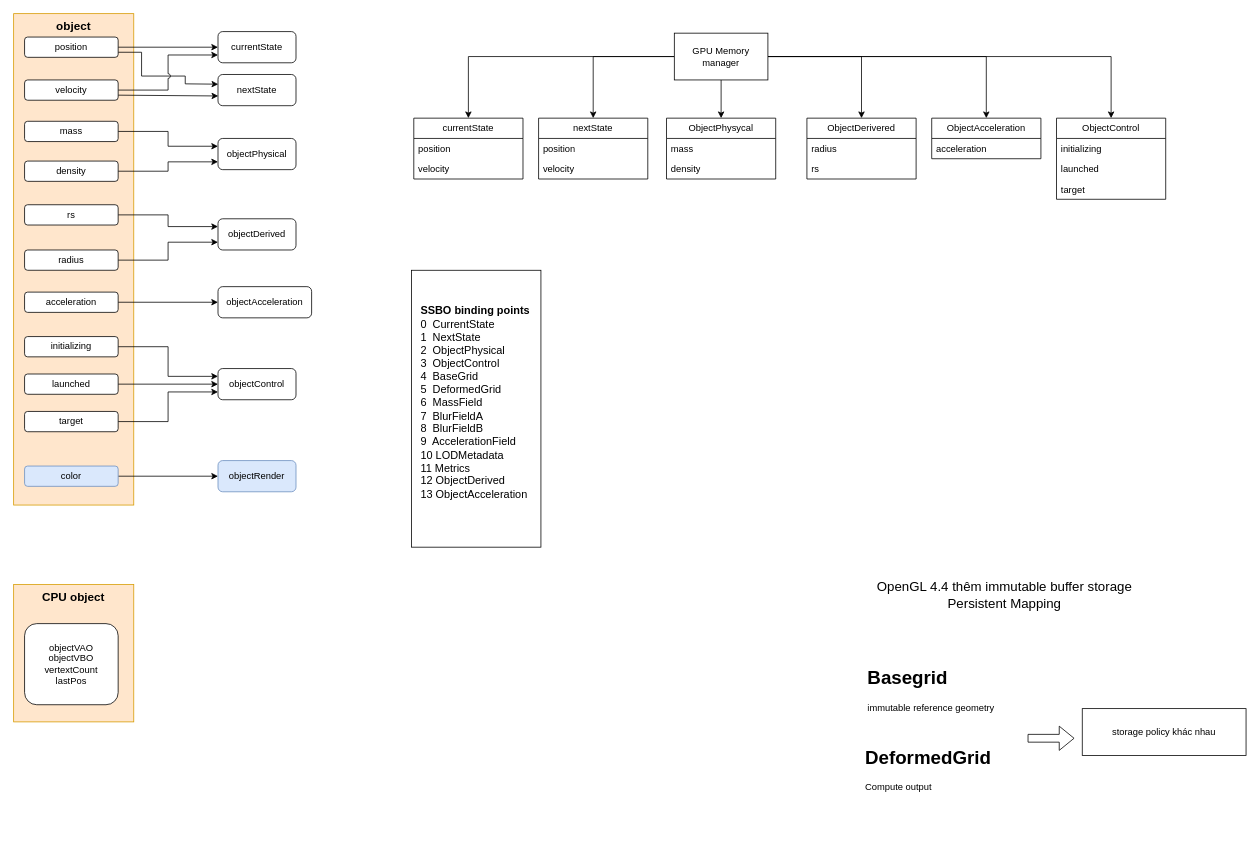
Earlier version of the draw.io diagram page "class GMemory" (1 of 2) of docs/gpu_memory_manager.drawio (quocthaile/gravity_sim). Source tidied: cells renumbered, new cells numbered last; positions are measured from the earlier drawing's top-left corner, leaving out a move shared by most shapes. Both pictures are drawn from the tidied source at 78%, with x=0, y=0 at pixel (13, 13).
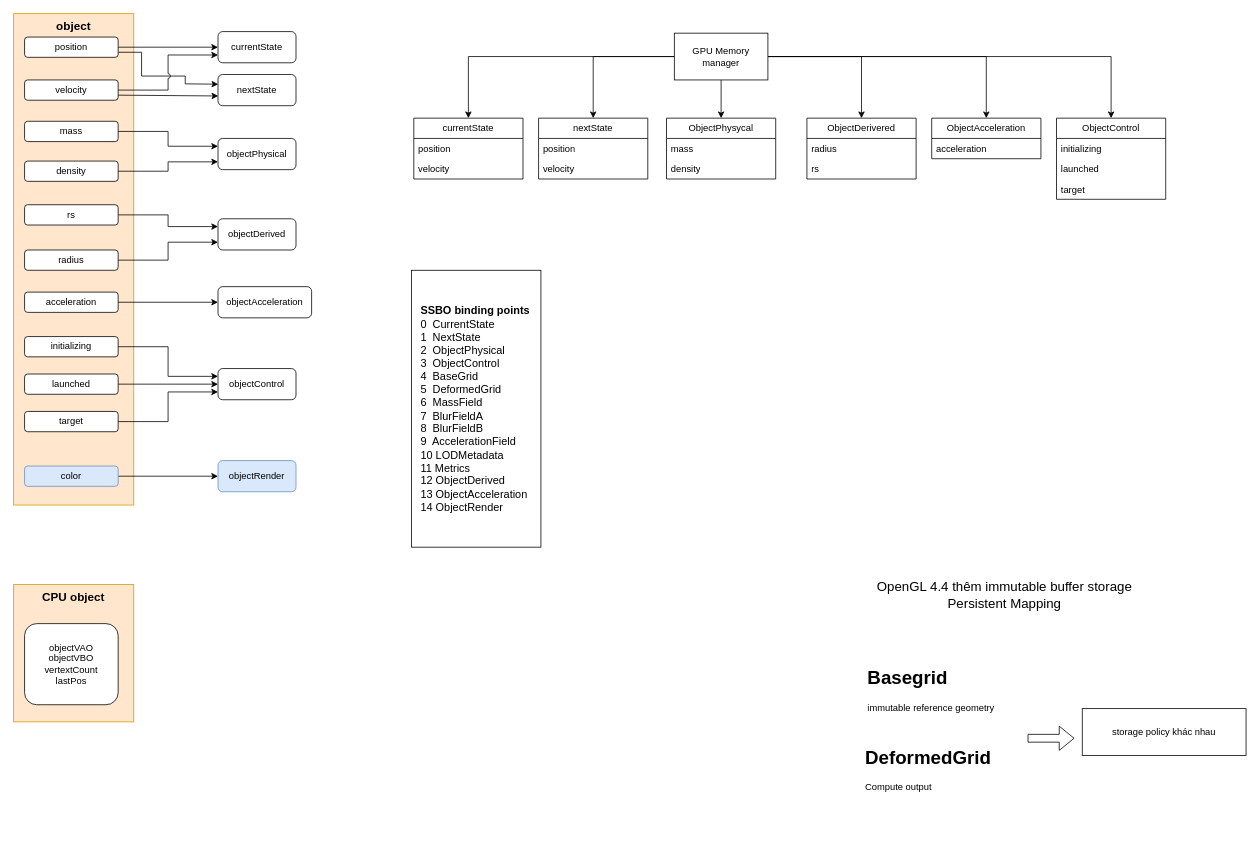
The same page after the edit.

The edit, as a diff of the source:
```diff
@@
-    <mxCell id="29" value="&lt;div&gt;&lt;b&gt;SSBO binding points&lt;/b&gt;&lt;/div&gt;&lt;div&gt;0&amp;nbsp; CurrentState&lt;/div&gt;&lt;div&gt;1&amp;nbsp; NextState&lt;/div&gt;&lt;div&gt;2&amp;nbsp; ObjectPhysical&lt;/div&gt;&lt;div&gt;3&amp;nbsp; ObjectControl&lt;/div&gt;&lt;div&gt;4&amp;nbsp; BaseGrid&lt;/div&gt;&lt;div&gt;5&amp;nbsp; DeformedGrid&lt;/div&gt;&lt;div&gt;6&amp;nbsp; MassField&lt;/div&gt;&lt;div&gt;7&amp;nbsp; BlurFieldA&lt;/div&gt;&lt;div&gt;8&amp;nbsp; BlurFieldB&lt;/div&gt;&lt;div&gt;9&amp;nbsp; AccelerationField&lt;/div&gt;&lt;div&gt;10 LODMetadata&lt;/div&gt;&lt;div&gt;11 Metrics&lt;/div&gt;&lt;div&gt;12 ObjectDerived&lt;/div&gt;&lt;div&gt;13 ObjectAcceleration&lt;/div&gt;&lt;div&gt;&lt;br&gt;&lt;/div&gt;" style="whiteSpace=wrap;html=1;align=left;fontSize=14;spacingLeft=10;" parent="1" vertex="1">
+    <mxCell id="29" value="&lt;div&gt;&lt;b&gt;SSBO binding points&lt;/b&gt;&lt;/div&gt;&lt;div&gt;0&amp;nbsp; CurrentState&lt;/div&gt;&lt;div&gt;1&amp;nbsp; NextState&lt;/div&gt;&lt;div&gt;2&amp;nbsp; ObjectPhysical&lt;/div&gt;&lt;div&gt;3&amp;nbsp; ObjectControl&lt;/div&gt;&lt;div&gt;4&amp;nbsp; BaseGrid&lt;/div&gt;&lt;div&gt;5&amp;nbsp; DeformedGrid&lt;/div&gt;&lt;div&gt;6&amp;nbsp; MassField&lt;/div&gt;&lt;div&gt;7&amp;nbsp; BlurFieldA&lt;/div&gt;&lt;div&gt;8&amp;nbsp; BlurFieldB&lt;/div&gt;&lt;div&gt;9&amp;nbsp; AccelerationField&lt;/div&gt;&lt;div&gt;10 LODMetadata&lt;/div&gt;&lt;div&gt;11 Metrics&lt;/div&gt;&lt;div&gt;12 ObjectDerived&lt;/div&gt;&lt;div&gt;13 ObjectAcceleration&lt;/div&gt;&lt;div&gt;14 ObjectRender&lt;/div&gt;" style="whiteSpace=wrap;html=1;align=left;fontSize=14;spacingLeft=10;" parent="1" vertex="1">
       <mxGeometry x="510" y="329" width="166" height="355" as="geometry" />
     </mxCell>
```
